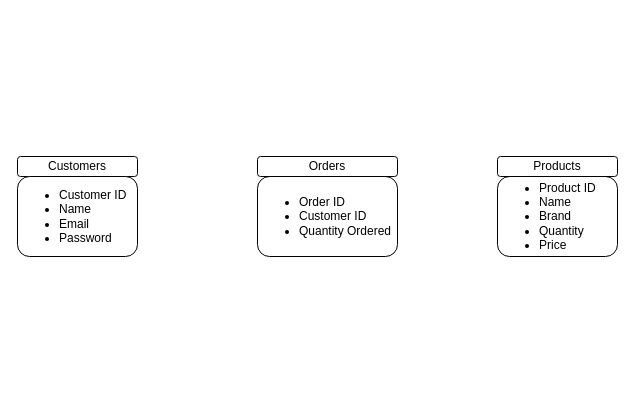
The draw.io diagram ERD.drawio in Warsame95/inventory-management-system, before the edit. Source tidied: cells renumbered, new cells numbered last; positions are measured from the earlier drawing's top-left corner, leaving out a move shared by most shapes. Both pictures are drawn from the tidied source at 100%, with x=0, y=0 at pixel (17, 156).
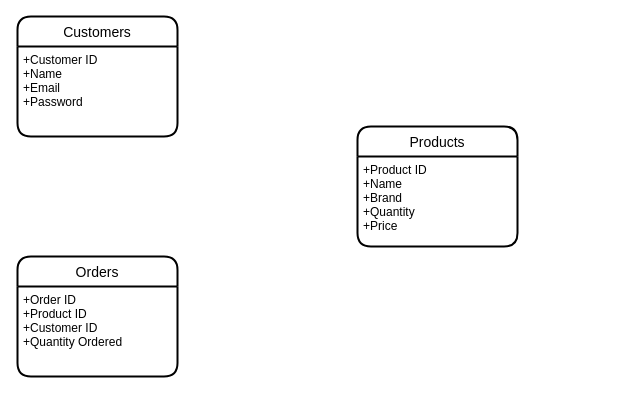
The same diagram, later.

Commit message:
Ive added an attribute to the Orders entity

Diff of the diagram source:
```diff
@@
 <mxGraphModel>
   <root>
     <mxCell id="0" />
     <mxCell id="1" parent="0" />
-    <mxCell id="2" style="edgeStyle=orthogonalEdgeStyle;rounded=0;jettySize=auto;html=1;" parent="1" edge="1" source="3" target="4">
-      <mxGeometry relative="1" as="geometry" />
-    </mxCell>
-    <mxCell id="3" value="Customers" style="rounded=1;whiteSpace=wrap;html=1;" parent="1" vertex="1">
-      <mxGeometry width="120" height="20" as="geometry" />
+    <mxCell id="3" value="Customers" style="swimlane;horizontal=1;startSize=30;rounded=1;fontSize=14;fontStyle=0;strokeWidth=2;shadow=0;dashed=0;align=center;" parent="1" vertex="1">
+      <mxGeometry y="-140" width="160" height="120" as="geometry" />
     </mxCell>
-    <mxCell id="4" value="&lt;ul&gt;&lt;li&gt;Customer ID&lt;/li&gt;&lt;li&gt;Name&lt;/li&gt;&lt;li&gt;Email&lt;/li&gt;&lt;li&gt;Password&lt;/li&gt;&lt;/ul&gt;" style="rounded=1;whiteSpace=wrap;html=1;align=left;" parent="1" vertex="1">
-      <mxGeometry y="20" width="120" height="80" as="geometry" />
-    </mxCell>
-    <mxCell id="5" value="&lt;ul&gt;&lt;li&gt;Order ID&lt;/li&gt;&lt;li&gt;Customer ID&lt;/li&gt;&lt;li&gt;Quantity Ordered&lt;/li&gt;&lt;/ul&gt;" style="rounded=1;whiteSpace=wrap;html=1;align=left;" parent="1" vertex="1">
-      <mxGeometry x="240" y="20" width="140" height="80" as="geometry" />
-    </mxCell>
+    <mxCell id="9" value="+Customer ID&#10;+Name&#10;+Email&#10;+Password" style="align=left;strokeColor=none;fillColor=none;spacingLeft=4;fontSize=12;verticalAlign=top;" parent="3" vertex="1">
+      <mxGeometry y="30" width="160" height="90" as="geometry" />
+    </mxCell>
+    <mxCell id="8" value="Products" style="swimlane;horizontal=1;startSize=30;rounded=1;fontSize=14;fontStyle=0;strokeWidth=2;shadow=0;dashed=0;align=center;" parent="1" vertex="1">
+      <mxGeometry x="340" y="-30" width="160" height="120" as="geometry" />
+    </mxCell>
+    <mxCell id="10" value="+Product ID&#10;+Name&#10;+Brand&#10;+Quantity&#10;+Price" style="align=left;strokeColor=none;fillColor=none;spacingLeft=4;fontSize=12;verticalAlign=top;" parent="8" vertex="1">
+      <mxGeometry y="30" width="160" height="90" as="geometry" />
+    </mxCell>
-    <mxCell id="6" value="Orders" style="rounded=1;whiteSpace=wrap;html=1;" parent="1" vertex="1">
-      <mxGeometry x="240" width="140" height="20" as="geometry" />
+    <mxCell id="6" value="Orders" style="swimlane;horizontal=1;startSize=30;rounded=1;fontSize=14;fontStyle=0;strokeWidth=2;shadow=0;dashed=0;align=center;" parent="1" vertex="1">
+      <mxGeometry y="100" width="160" height="120" as="geometry" />
     </mxCell>
-    <mxCell id="7" value="&lt;ul&gt;&lt;li&gt;Product ID&lt;/li&gt;&lt;li&gt;Name&lt;/li&gt;&lt;li&gt;Brand&lt;/li&gt;&lt;li&gt;Quantity&lt;/li&gt;&lt;li&gt;Price&lt;/li&gt;&lt;/ul&gt;" style="rounded=1;whiteSpace=wrap;html=1;align=left;" parent="1" vertex="1">
-      <mxGeometry x="480" y="20" width="120" height="80" as="geometry" />
-    </mxCell>
-    <mxCell id="8" value="Products" style="rounded=1;whiteSpace=wrap;html=1;" parent="1" vertex="1">
-      <mxGeometry x="480" width="120" height="20" as="geometry" />
-    </mxCell>
+    <mxCell id="11" value="+Order ID&#10;+Product ID&#10;+Customer ID&#10;+Quantity Ordered" style="align=left;strokeColor=none;fillColor=none;spacingLeft=4;fontSize=12;verticalAlign=top;" parent="6" vertex="1">
+      <mxGeometry y="30" width="160" height="90" as="geometry" />
+    </mxCell>
   </root>
 </mxGraphModel>
```
